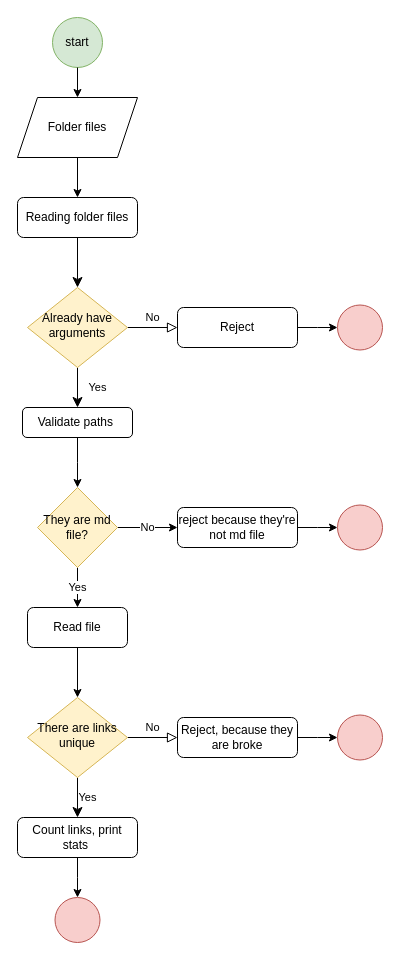
Earlier version of the draw.io diagram Untitled Diagram.drawio (Malejandraib/bog001-md-links). Source tidied: cells renumbered, new cells numbered last; positions are measured from the earlier drawing's top-left corner, leaving out a move shared by most shapes. Both pictures are drawn from the tidied source at 100%, with x=0, y=0 at pixel (17, 17).
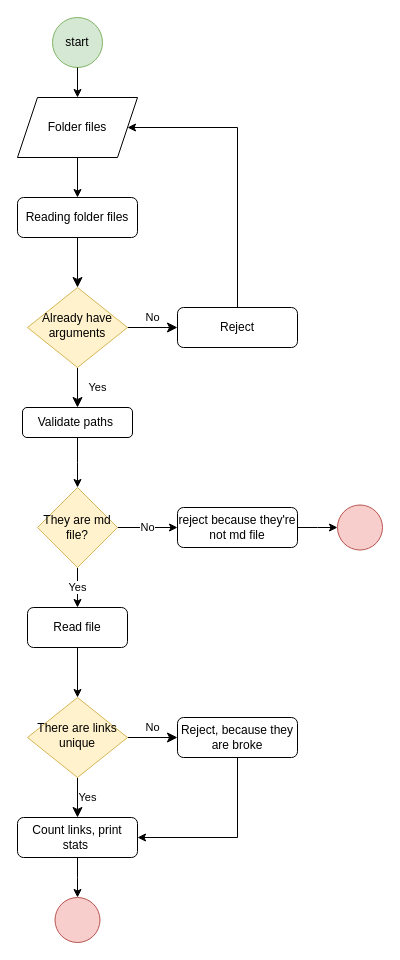
The same diagram, later.

The change refers to these unchanged cells:
```xml
<mxCell id="6" value="Already have arguments" style="rhombus;whiteSpace=wrap;html=1;shadow=0;fontFamily=Helvetica;fontSize=12;align=center;strokeWidth=1;spacing=6;spacingTop=-4;fillColor=#fff2cc;strokeColor=#d6b656;" parent="1" vertex="1">
  <mxGeometry x="10" y="270" width="100" height="80" as="geometry" />
</mxCell>
<mxCell id="8" value="Reject" style="rounded=1;whiteSpace=wrap;html=1;fontSize=12;glass=0;strokeWidth=1;shadow=0;" parent="1" vertex="1">
  <mxGeometry x="160" y="290" width="120" height="40" as="geometry" />
</mxCell>
<mxCell id="11" value="There are links unique" style="rhombus;whiteSpace=wrap;html=1;shadow=0;fontFamily=Helvetica;fontSize=12;align=center;strokeWidth=1;spacing=6;spacingTop=-4;fillColor=#fff2cc;strokeColor=#d6b656;" parent="1" vertex="1">
  <mxGeometry x="10" y="680" width="100" height="80" as="geometry" />
</mxCell>
<mxCell id="13" value="Count links, print stats&amp;nbsp;" style="rounded=1;whiteSpace=wrap;html=1;fontSize=12;glass=0;strokeWidth=1;shadow=0;" parent="1" vertex="1">
  <mxGeometry y="800" width="120" height="40" as="geometry" />
</mxCell>
<mxCell id="15" value="Reject, because they are broke" style="rounded=1;whiteSpace=wrap;html=1;fontSize=12;glass=0;strokeWidth=1;shadow=0;" parent="1" vertex="1">
  <mxGeometry x="160" y="700" width="120" height="40" as="geometry" />
</mxCell>
<mxCell id="27" value="Folder files" style="shape=parallelogram;perimeter=parallelogramPerimeter;whiteSpace=wrap;html=1;fixedSize=1;" parent="1" vertex="1">
  <mxGeometry y="80" width="120" height="60" as="geometry" />
</mxCell>
```

The edit, as a diff of the source:
```diff
@@
-    <mxCell id="5" value="No" style="edgeStyle=orthogonalEdgeStyle;rounded=0;html=1;jettySize=auto;fontSize=11;endArrow=block;endFill=0;endSize=8;strokeWidth=1;shadow=0;labelBackgroundColor=none;" parent="1" edge="1" source="6" target="8">
+    <mxCell id="5" value="No" style="edgeStyle=orthogonalEdgeStyle;rounded=0;html=1;jettySize=auto;fontSize=11;endArrow=classic;endFill=1;endSize=8;strokeWidth=1;shadow=0;labelBackgroundColor=none;" parent="1" edge="1" source="6" target="8">
       <mxGeometry y="10" relative="1" as="geometry" />
     </mxCell>
@@
-    <mxCell id="7" style="edgeStyle=orthogonalEdgeStyle;rounded=0;jettySize=auto;html=1;" parent="1" edge="1" source="8">
+    <mxCell id="7" style="edgeStyle=orthogonalEdgeStyle;rounded=0;jettySize=auto;html=1;entryX=1;entryY=0.5;entryDx=0;entryDy=0;" parent="1" edge="1" source="8" target="27">
       <mxGeometry relative="1" as="geometry">
-        <mxPoint x="320" y="310" as="targetPoint" />
+        <Array as="points">
+          <mxPoint x="220" y="110" />
+        </Array>
       </mxGeometry>
     </mxCell>
@@
-    <mxCell id="10" value="No" style="edgeStyle=orthogonalEdgeStyle;rounded=0;html=1;jettySize=auto;fontSize=11;endArrow=block;endFill=0;endSize=8;strokeWidth=1;shadow=0;labelBackgroundColor=none;" parent="1" edge="1" source="11" target="15">
+    <mxCell id="10" value="No" style="edgeStyle=orthogonalEdgeStyle;rounded=0;html=1;jettySize=auto;fontSize=11;endArrow=classic;endFill=1;endSize=8;strokeWidth=1;shadow=0;labelBackgroundColor=none;" parent="1" edge="1" source="11" target="15">
       <mxGeometry y="10" relative="1" as="geometry" />
     </mxCell>
@@
-    <mxCell id="14" style="edgeStyle=orthogonalEdgeStyle;rounded=0;jettySize=auto;html=1;" parent="1" edge="1" source="15">
+    <mxCell id="14" style="edgeStyle=orthogonalEdgeStyle;rounded=0;jettySize=auto;html=1;entryX=1;entryY=0.5;entryDx=0;entryDy=0;" parent="1" edge="1" source="15" target="13">
       <mxGeometry relative="1" as="geometry">
-        <mxPoint x="320" y="720" as="targetPoint" />
+        <Array as="points">
+          <mxPoint x="220" y="820" />
+        </Array>
       </mxGeometry>
     </mxCell>
@@
-    <mxCell id="31" style="ellipse;whiteSpace=wrap;html=1;fillColor=#f8cecc;strokeColor=#b85450;" parent="1" vertex="1">
-      <mxGeometry x="320" y="697.5" width="45" height="45" as="geometry" />
-    </mxCell>
-    <mxCell id="32" style="ellipse;whiteSpace=wrap;html=1;fillColor=#f8cecc;strokeColor=#b85450;" parent="1" vertex="1">
-      <mxGeometry x="320" y="287.5" width="45" height="45" as="geometry" />
-    </mxCell>
```
